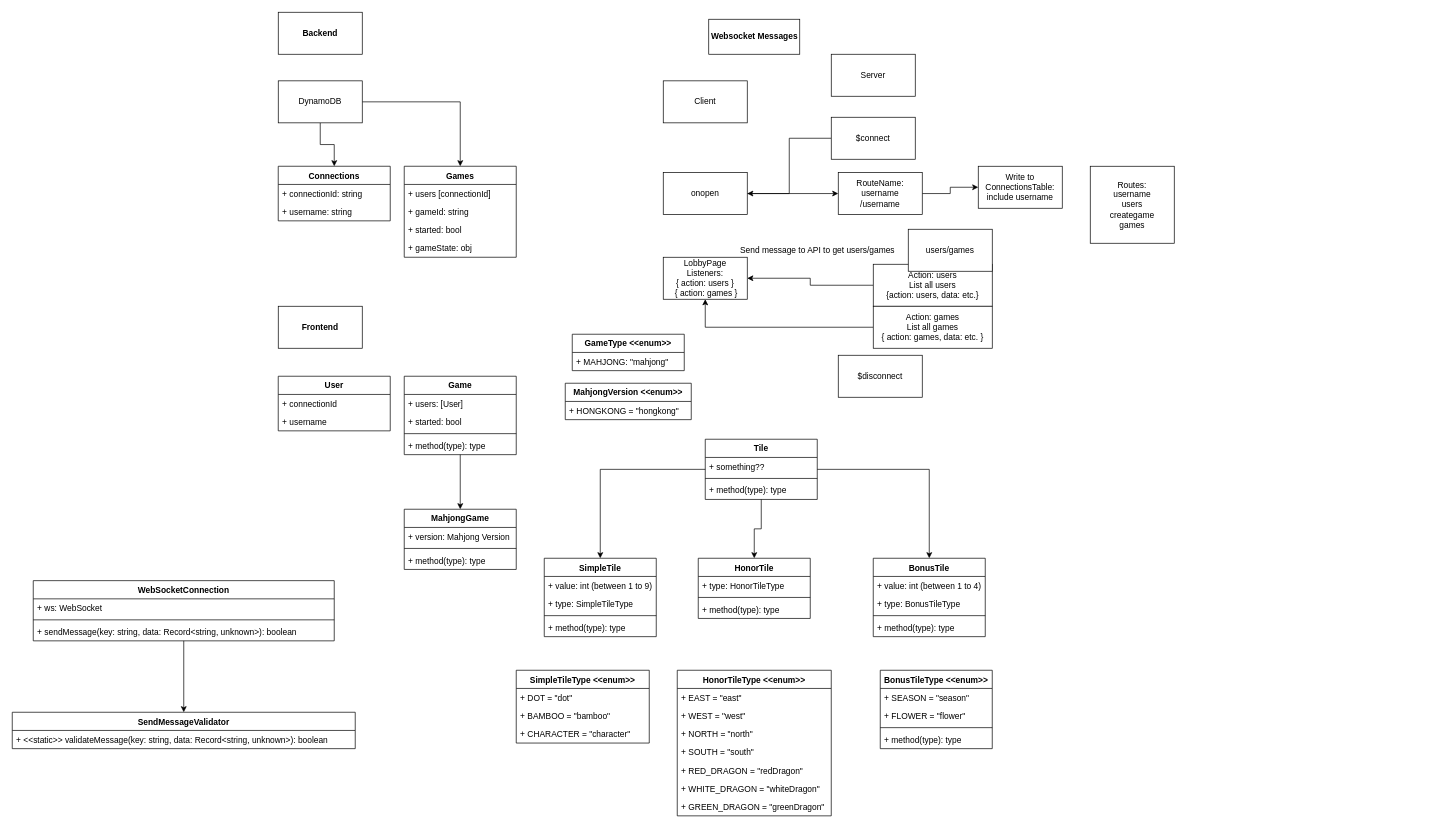
Earlier version of the draw.io diagram docs/Mahjong UML.drawio (GamblingKings/GamblingKingsFrontEnd). Source tidied: cells renumbered, new cells numbered last; positions are measured from the earlier drawing's top-left corner, leaving out a move shared by most shapes. Both pictures are drawn from the tidied source at 70%, with x=0, y=0 at pixel (12, 12).
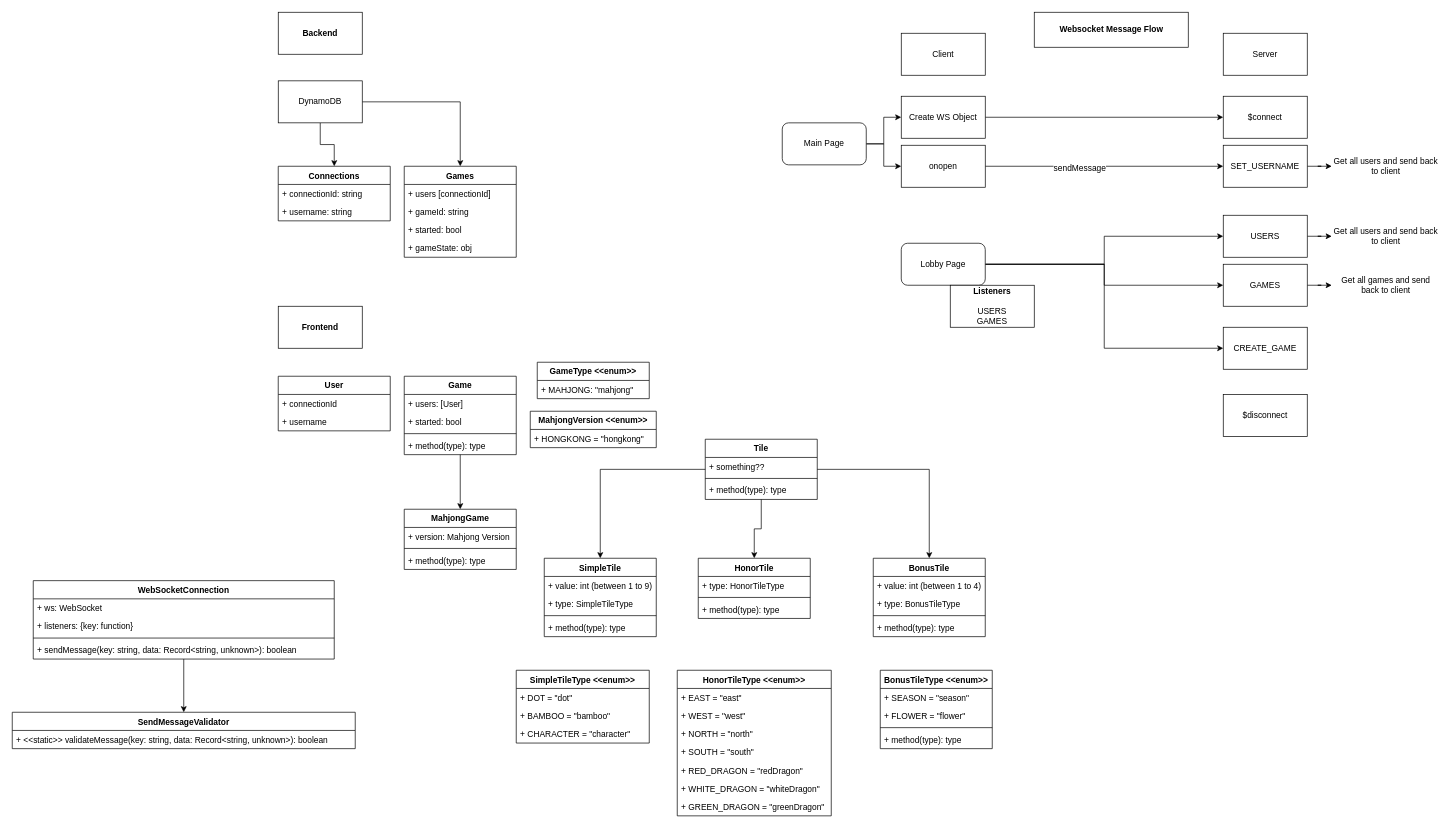
The same page after the edit.

Change to the diagram source:
```diff
@@
-    <mxCell id="15" value="Websocket Messages" style="html=1;fontStyle=1;" parent="1" vertex="1">
-      <mxGeometry x="995" y="10" width="130" height="50" as="geometry" />
+    <mxCell id="15" value="Websocket Message Flow" style="html=1;fontStyle=1;" parent="1" vertex="1">
+      <mxGeometry x="1460" width="220" height="50" as="geometry" />
     </mxCell>
@@
-    <mxCell id="19" style="edgeStyle=orthogonalEdgeStyle;rounded=0;jettySize=auto;html=1;entryX=1;entryY=0.5;entryDx=0;entryDy=0;" parent="1" edge="1" source="20" target="82">
-      <mxGeometry relative="1" as="geometry" />
-    </mxCell>
     <mxCell id="20" value="$connect" style="rounded=0;whiteSpace=wrap;html=1;" parent="1" vertex="1">
-      <mxGeometry x="1170" y="150" width="120" height="60" as="geometry" />
+      <mxGeometry x="1730" y="120" width="120" height="60" as="geometry" />
     </mxCell>
     <mxCell id="21" value="$disconnect" style="rounded=0;whiteSpace=wrap;html=1;" parent="1" vertex="1">
-      <mxGeometry x="1180" y="490" width="120" height="60" as="geometry" />
+      <mxGeometry x="1730" y="546" width="120" height="60" as="geometry" />
     </mxCell>
@@
     <mxCell id="28" value="GameType &lt;&lt;enum&gt;&gt;" style="swimlane;fontStyle=1;align=center;verticalAlign=top;horizontal=1;startSize=26;" parent="1" vertex="1">
-      <mxGeometry x="800" y="460" width="160" height="52" as="geometry" />
+      <mxGeometry x="750" y="500" width="160" height="52" as="geometry" />
     </mxCell>
@@
     <mxCell id="30" value="MahjongVersion &lt;&lt;enum&gt;&gt;" style="swimlane;fontStyle=1;align=center;verticalAlign=top;horizontal=1;startSize=26;" parent="1" vertex="1">
-      <mxGeometry x="790" y="530" width="180" height="52" as="geometry" />
+      <mxGeometry x="740" y="570" width="180" height="52" as="geometry" />
     </mxCell>
@@
     <mxCell id="75" value="WebSocketConnection" style="swimlane;fontStyle=1;align=center;verticalAlign=top;horizontal=1;startSize=26;" parent="1" vertex="1">
-      <mxGeometry x="30" y="812" width="430" height="86" as="geometry" />
+      <mxGeometry x="30" y="812" width="430" height="112" as="geometry" />
     </mxCell>
@@
+    <mxCell id="96" value="+ listeners: {key: function}" style="text;strokeColor=none;fillColor=none;align=left;verticalAlign=top;spacingLeft=4;spacingRight=4;overflow=hidden;" parent="75" vertex="1">
+      <mxGeometry y="52" width="430" height="26" as="geometry" />
+    </mxCell>
     <mxCell id="77" style="line;strokeWidth=1;fillColor=none;align=left;verticalAlign=middle;spacingTop=-1;spacingLeft=3;spacingRight=3;labelPosition=right;" parent="75" vertex="1">
-      <mxGeometry y="52" width="430" height="8" as="geometry" />
+      <mxGeometry y="78" width="430" height="8" as="geometry" />
     </mxCell>
     <mxCell id="78" value="+ sendMessage(key: string, data: Record&lt;string, unknown&gt;): boolean" style="text;strokeColor=none;fillColor=none;align=left;verticalAlign=top;spacingLeft=4;spacingRight=4;overflow=hidden;" parent="75" vertex="1">
-      <mxGeometry y="60" width="430" height="26" as="geometry" />
+      <mxGeometry y="86" width="430" height="26" as="geometry" />
     </mxCell>
@@
-    <mxCell id="81" style="edgeStyle=orthogonalEdgeStyle;rounded=0;jettySize=auto;html=1;entryX=0;entryY=0.5;entryDx=0;entryDy=0;" parent="1" edge="1" source="82" target="86">
-      <mxGeometry relative="1" as="geometry" />
-    </mxCell>
+    <mxCell id="97" style="edgeStyle=orthogonalEdgeStyle;rounded=0;jettySize=auto;html=1;entryX=0;entryY=0.5;entryDx=0;entryDy=0;" parent="1" edge="1" source="82" target="105">
+      <mxGeometry relative="1" as="geometry" />
+    </mxCell>
+    <mxCell id="98" value="sendMessage" style="text;html=1;align=center;verticalAlign=middle;labelBackgroundColor=#ffffff;" parent="97" vertex="1">
+      <mxGeometry x="-0.21" y="-2" relative="1" as="geometry" />
+    </mxCell>
     <mxCell id="82" value="onopen" style="rounded=0;whiteSpace=wrap;html=1;" parent="1" vertex="1">
-      <mxGeometry x="930" y="229" width="120" height="60" as="geometry" />
+      <mxGeometry x="1270" y="190" width="120" height="60" as="geometry" />
     </mxCell>
     <mxCell id="83" value="Client" style="rounded=0;whiteSpace=wrap;html=1;" parent="1" vertex="1">
-      <mxGeometry x="930" y="98" width="120" height="60" as="geometry" />
+      <mxGeometry x="1270" y="30" width="120" height="60" as="geometry" />
     </mxCell>
     <mxCell id="84" value="Server" style="rounded=0;whiteSpace=wrap;html=1;" parent="1" vertex="1">
-      <mxGeometry x="1170" y="60" width="120" height="60" as="geometry" />
+      <mxGeometry x="1730" y="30" width="120" height="60" as="geometry" />
     </mxCell>
-    <mxCell id="85" style="edgeStyle=orthogonalEdgeStyle;rounded=0;jettySize=auto;html=1;" parent="1" edge="1" source="86" target="87">
-      <mxGeometry relative="1" as="geometry" />
-    </mxCell>
-    <mxCell id="86" value="RouteName: username&lt;br&gt;/username" style="rounded=0;whiteSpace=wrap;html=1;" parent="1" vertex="1">
-      <mxGeometry x="1180" y="229" width="120" height="60" as="geometry" />
-    </mxCell>
-    <mxCell id="87" value="Write to ConnectionsTable: include username" style="rounded=0;whiteSpace=wrap;html=1;" parent="1" vertex="1">
-      <mxGeometry x="1380" y="220" width="120" height="60" as="geometry" />
-    </mxCell>
-    <mxCell id="88" value="LobbyPage&lt;br&gt;Listeners:&lt;br&gt;{ action: users }&lt;br&gt;&amp;nbsp;{ action: games }" style="rounded=0;whiteSpace=wrap;html=1;" parent="1" vertex="1">
-      <mxGeometry x="930" y="350" width="120" height="60" as="geometry" />
-    </mxCell>
-    <mxCell id="89" style="edgeStyle=orthogonalEdgeStyle;rounded=0;jettySize=auto;html=1;entryX=1;entryY=0.5;entryDx=0;entryDy=0;" parent="1" edge="1" source="90" target="88">
-      <mxGeometry relative="1" as="geometry" />
-    </mxCell>
-    <mxCell id="90" value="Action: users&lt;br&gt;List all users&lt;br&gt;{action: users, data: etc.}" style="rounded=0;whiteSpace=wrap;html=1;" parent="1" vertex="1">
-      <mxGeometry x="1230" y="360" width="170" height="60" as="geometry" />
-    </mxCell>
-    <mxCell id="91" style="edgeStyle=orthogonalEdgeStyle;rounded=0;jettySize=auto;html=1;" parent="1" edge="1" source="92" target="88">
-      <mxGeometry relative="1" as="geometry" />
-    </mxCell>
-    <mxCell id="92" value="Action: games&lt;br&gt;List all games&lt;br&gt;{ action: games, data: etc. }" style="rounded=0;whiteSpace=wrap;html=1;" parent="1" vertex="1">
-      <mxGeometry x="1230" y="420" width="170" height="60" as="geometry" />
-    </mxCell>
-    <mxCell id="93" value="Send message to API to get users/games" style="text;html=1;align=center;verticalAlign=middle;" parent="1" vertex="1">
-      <mxGeometry x="1030" y="330" width="240" height="20" as="geometry" />
-    </mxCell>
-    <mxCell id="94" value="users/games" style="rounded=0;whiteSpace=wrap;html=1;" parent="1" vertex="1">
-      <mxGeometry x="1280" y="310" width="120" height="60" as="geometry" />
-    </mxCell>
-    <mxCell id="95" value="Routes:&lt;br&gt;username&lt;br&gt;users&lt;br&gt;creategame&lt;br&gt;games" style="rounded=0;whiteSpace=wrap;html=1;" parent="1" vertex="1">
-      <mxGeometry x="1540" y="220" width="120" height="110" as="geometry" />
-    </mxCell>
+    <mxCell id="99" style="edgeStyle=orthogonalEdgeStyle;rounded=0;jettySize=auto;html=1;entryX=0;entryY=0.5;entryDx=0;entryDy=0;" parent="1" edge="1" source="100" target="20">
+      <mxGeometry relative="1" as="geometry" />
+    </mxCell>
+    <mxCell id="100" value="Create WS Object" style="rounded=0;whiteSpace=wrap;html=1;" parent="1" vertex="1">
+      <mxGeometry x="1270" y="120" width="120" height="60" as="geometry" />
+    </mxCell>
+    <mxCell id="101" style="edgeStyle=orthogonalEdgeStyle;rounded=0;jettySize=auto;html=1;" parent="1" edge="1" source="103" target="100">
+      <mxGeometry relative="1" as="geometry" />
+    </mxCell>
+    <mxCell id="102" style="edgeStyle=orthogonalEdgeStyle;rounded=0;jettySize=auto;html=1;" parent="1" edge="1" source="103" target="82">
+      <mxGeometry relative="1" as="geometry" />
+    </mxCell>
+    <mxCell id="103" value="Main Page" style="rounded=1;whiteSpace=wrap;html=1;" parent="1" vertex="1">
+      <mxGeometry x="1100" y="158" width="120" height="60" as="geometry" />
+    </mxCell>
+    <mxCell id="104" style="edgeStyle=orthogonalEdgeStyle;rounded=0;jettySize=auto;html=1;" parent="1" edge="1" source="105" target="117">
+      <mxGeometry relative="1" as="geometry" />
+    </mxCell>
+    <mxCell id="105" value="SET_USERNAME" style="rounded=0;whiteSpace=wrap;html=1;" parent="1" vertex="1">
+      <mxGeometry x="1730" y="190" width="120" height="60" as="geometry" />
+    </mxCell>
+    <mxCell id="106" style="edgeStyle=orthogonalEdgeStyle;rounded=0;jettySize=auto;html=1;entryX=0;entryY=0.5;entryDx=0;entryDy=0;" parent="1" edge="1" source="109" target="112">
+      <mxGeometry relative="1" as="geometry" />
+    </mxCell>
+    <mxCell id="107" style="edgeStyle=orthogonalEdgeStyle;rounded=0;jettySize=auto;html=1;" parent="1" edge="1" source="109" target="114">
+      <mxGeometry relative="1" as="geometry" />
+    </mxCell>
+    <mxCell id="108" style="edgeStyle=orthogonalEdgeStyle;rounded=0;jettySize=auto;html=1;" parent="1" edge="1" source="109" target="118">
+      <mxGeometry relative="1" as="geometry">
+        <Array as="points">
+          <mxPoint x="1560" y="360" />
+          <mxPoint x="1560" y="480" />
+        </Array>
+      </mxGeometry>
+    </mxCell>
+    <mxCell id="109" value="Lobby Page" style="rounded=1;whiteSpace=wrap;html=1;" parent="1" vertex="1">
+      <mxGeometry x="1270" y="330" width="120" height="60" as="geometry" />
+    </mxCell>
+    <mxCell id="110" value="&lt;b&gt;Listeners&lt;br&gt;&lt;/b&gt;&lt;br&gt;USERS&lt;br&gt;GAMES" style="rounded=0;whiteSpace=wrap;html=1;" parent="1" vertex="1">
+      <mxGeometry x="1340" y="390" width="120" height="60" as="geometry" />
+    </mxCell>
+    <mxCell id="111" style="edgeStyle=orthogonalEdgeStyle;rounded=0;jettySize=auto;html=1;" parent="1" edge="1" source="112" target="115">
+      <mxGeometry relative="1" as="geometry" />
+    </mxCell>
+    <mxCell id="112" value="USERS" style="rounded=0;whiteSpace=wrap;html=1;" parent="1" vertex="1">
+      <mxGeometry x="1730" y="290" width="120" height="60" as="geometry" />
+    </mxCell>
+    <mxCell id="113" style="edgeStyle=orthogonalEdgeStyle;rounded=0;jettySize=auto;html=1;" parent="1" edge="1" source="114" target="116">
+      <mxGeometry relative="1" as="geometry" />
+    </mxCell>
+    <mxCell id="114" value="GAMES" style="rounded=0;whiteSpace=wrap;html=1;" parent="1" vertex="1">
+      <mxGeometry x="1730" y="360" width="120" height="60" as="geometry" />
+    </mxCell>
+    <mxCell id="115" value="Get all users and send back to client" style="text;html=1;strokeColor=none;fillColor=none;align=center;verticalAlign=middle;whiteSpace=wrap;rounded=0;" parent="1" vertex="1">
+      <mxGeometry x="1885" y="310" width="155" height="20" as="geometry" />
+    </mxCell>
+    <mxCell id="116" value="Get all games and send back to client" style="text;html=1;strokeColor=none;fillColor=none;align=center;verticalAlign=middle;whiteSpace=wrap;rounded=0;" parent="1" vertex="1">
+      <mxGeometry x="1885" y="380" width="155" height="20" as="geometry" />
+    </mxCell>
+    <mxCell id="117" value="Get all users and send back to client" style="text;html=1;strokeColor=none;fillColor=none;align=center;verticalAlign=middle;whiteSpace=wrap;rounded=0;" parent="1" vertex="1">
+      <mxGeometry x="1885" y="210" width="155" height="20" as="geometry" />
+    </mxCell>
+    <mxCell id="118" value="CREATE_GAME" style="rounded=0;whiteSpace=wrap;html=1;" parent="1" vertex="1">
+      <mxGeometry x="1730" y="450" width="120" height="60" as="geometry" />
+    </mxCell>
```
